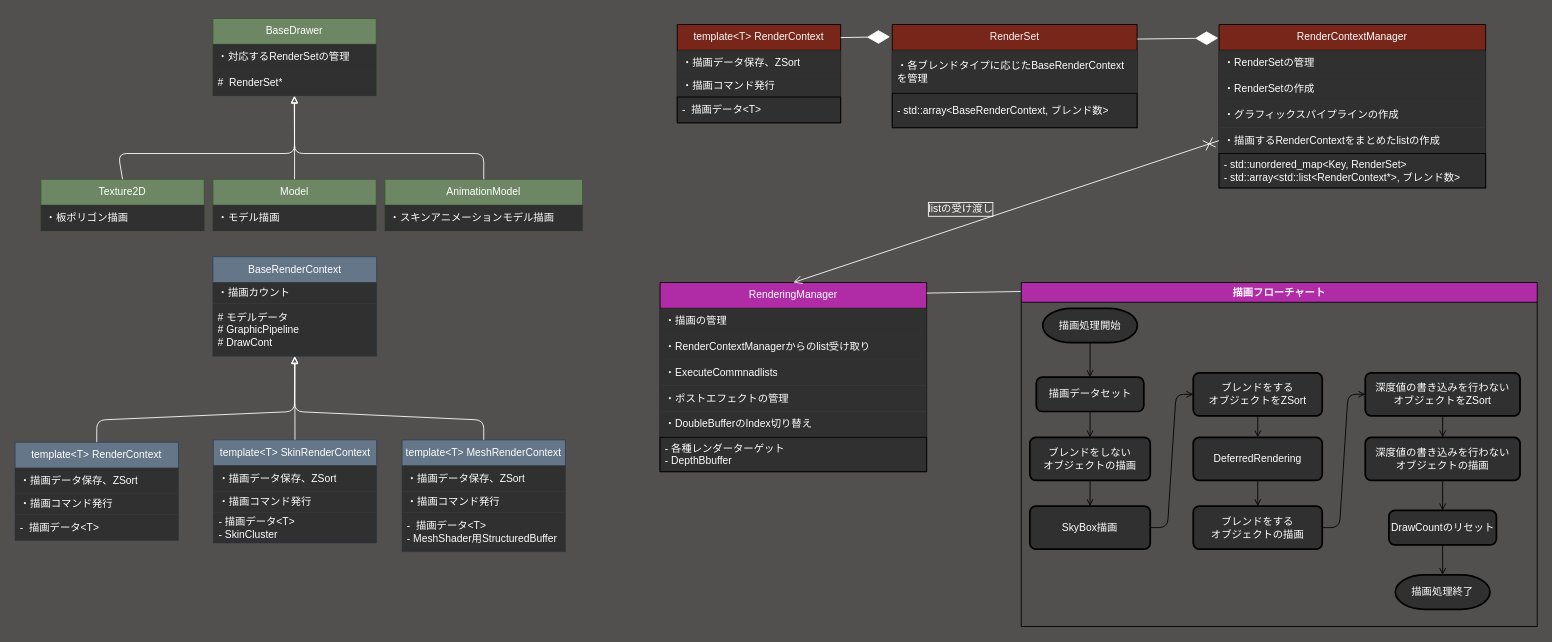
Earlier version of the draw.io diagram Demo/UML.drawio (KikutaniTakuma/LambEngine). Source tidied: cells renumbered, new cells numbered last; positions are measured from the earlier drawing's top-left corner, leaving out a move shared by most shapes. Both pictures are drawn from the tidied source at 86%, with x=0, y=0 at pixel (15, 18).
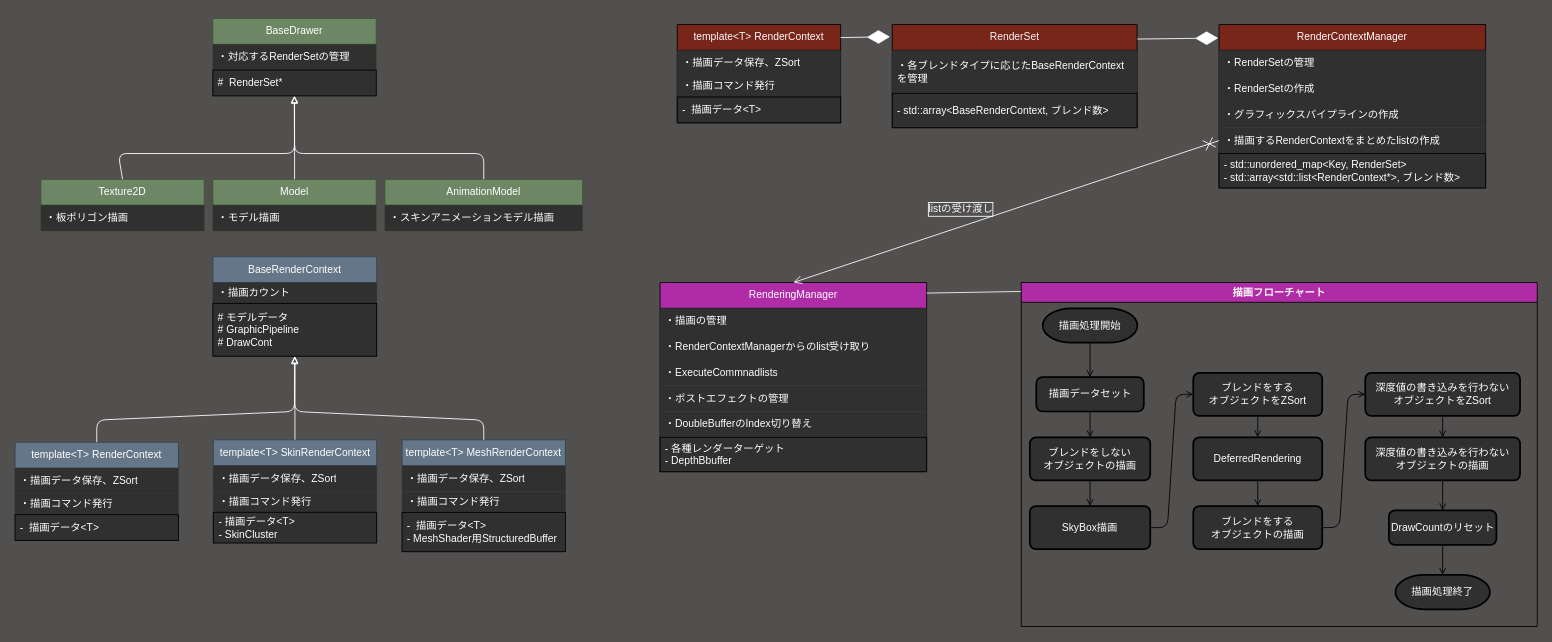
The same page after the edit.

The change refers to these unchanged cells:
```xml
<mxCell id="15" value="BaseRenderContext" style="swimlane;fontStyle=0;horizontal=1;startSize=30;whiteSpace=wrap;html=1;fillColor=#647687;fontColor=#ffffff;strokeColor=#314354;" parent="14" vertex="1">
  <mxGeometry width="190.5" height="115.7" as="geometry" />
</mxCell>
<mxCell id="18" value="template&amp;lt;T&amp;gt; RenderContext" style="swimlane;fontStyle=0;horizontal=1;startSize=30;whiteSpace=wrap;html=1;fillColor=#647687;fontColor=#ffffff;strokeColor=#314354;" parent="1" vertex="1">
  <mxGeometry y="492.7" width="190" height="114.3" as="geometry" />
</mxCell>
<mxCell id="22" value="template&amp;lt;T&amp;gt; SkinRenderContext" style="swimlane;fontStyle=0;horizontal=1;startSize=30;whiteSpace=wrap;html=1;fillColor=#647687;fontColor=#ffffff;strokeColor=#314354;" parent="1" vertex="1">
  <mxGeometry x="230.5" y="489.9" width="190" height="120" as="geometry" />
</mxCell>
<mxCell id="26" value="template&amp;lt;T&amp;gt; MeshRenderContext" style="swimlane;fontStyle=0;horizontal=1;startSize=30;whiteSpace=wrap;html=1;fillColor=#647687;fontColor=#ffffff;strokeColor=#314354;" parent="1" vertex="1">
  <mxGeometry x="450" y="490" width="190" height="130" as="geometry" />
</mxCell>
<mxCell id="31" value="BaseDrawer" style="swimlane;fontStyle=0;horizontal=1;startSize=30;whiteSpace=wrap;html=1;fillColor=#6d8764;fontColor=#ffffff;strokeColor=#3A5431;" parent="30" vertex="1">
  <mxGeometry width="190" height="90" as="geometry" />
</mxCell>
```

Diff of the diagram source:
```diff
@@
-    <mxCell id="17" value="# モデルデータ&lt;br&gt;# GraphicPipeline&lt;br&gt;# DrawCont" style="text;align=left;verticalAlign=middle;spacingLeft=4;spacingRight=4;overflow=hidden;points=[[0,0.5],[1,0.5]];portConstraint=eastwest;whiteSpace=wrap;html=1;fillColor=#303030;fontColor=#FFFFFF;" parent="15" vertex="1">
+    <mxCell id="17" value="# モデルデータ&lt;br&gt;# GraphicPipeline&lt;br&gt;# DrawCont" style="text;align=left;verticalAlign=middle;spacingLeft=4;spacingRight=4;overflow=hidden;points=[[0,0.5],[1,0.5]];portConstraint=eastwest;whiteSpace=wrap;html=1;fillColor=#303030;fontColor=#FFFFFF;strokeColor=default;" parent="15" vertex="1">
       <mxGeometry y="54.3" width="190.5" height="61.4" as="geometry" />
     </mxCell>
@@
-    <mxCell id="21" value="-&amp;nbsp; 描画データ&amp;lt;T&amp;gt;" style="text;align=left;verticalAlign=middle;spacingLeft=4;spacingRight=4;overflow=hidden;whiteSpace=wrap;html=1;fillColor=#303030;fontColor=#FFFFFF;" parent="18" vertex="1">
+    <mxCell id="21" value="-&amp;nbsp; 描画データ&amp;lt;T&amp;gt;" style="text;align=left;verticalAlign=middle;spacingLeft=4;spacingRight=4;overflow=hidden;whiteSpace=wrap;html=1;fillColor=#303030;fontColor=#FFFFFF;strokeColor=default;" parent="18" vertex="1">
       <mxGeometry y="84.3" width="190" height="30" as="geometry" />
     </mxCell>
@@
-    <mxCell id="25" value="- 描画データ&amp;lt;T&amp;gt;&lt;br&gt;-&amp;nbsp;SkinCluster" style="text;align=left;verticalAlign=middle;spacingLeft=4;spacingRight=4;overflow=hidden;whiteSpace=wrap;html=1;fillColor=#303030;fontColor=#FFFFFF;" parent="22" vertex="1">
+    <mxCell id="25" value="- 描画データ&amp;lt;T&amp;gt;&lt;br&gt;-&amp;nbsp;SkinCluster" style="text;align=left;verticalAlign=middle;spacingLeft=4;spacingRight=4;overflow=hidden;whiteSpace=wrap;html=1;fillColor=#303030;fontColor=#FFFFFF;strokeColor=default;" parent="22" vertex="1">
       <mxGeometry y="84.3" width="190" height="35.7" as="geometry" />
     </mxCell>
@@
-    <mxCell id="29" value="-&amp;nbsp; 描画データ&amp;lt;T&amp;gt;&lt;br&gt;- MeshShader用StructuredBuffer" style="text;align=left;verticalAlign=middle;spacingLeft=4;spacingRight=4;overflow=hidden;whiteSpace=wrap;html=1;fillColor=#303030;fontColor=#FFFFFF;" parent="26" vertex="1">
+    <mxCell id="29" value="-&amp;nbsp; 描画データ&amp;lt;T&amp;gt;&lt;br&gt;- MeshShader用StructuredBuffer" style="text;align=left;verticalAlign=middle;spacingLeft=4;spacingRight=4;overflow=hidden;whiteSpace=wrap;html=1;fillColor=#303030;fontColor=#FFFFFF;gradientColor=none;strokeColor=default;" parent="26" vertex="1">
       <mxGeometry y="84.3" width="190" height="45.7" as="geometry" />
     </mxCell>
@@
-    <mxCell id="33" value="#&amp;nbsp; RenderSet*" style="text;align=left;verticalAlign=middle;spacingLeft=4;spacingRight=4;overflow=hidden;points=[[0,0.5],[1,0.5]];portConstraint=eastwest;whiteSpace=wrap;html=1;fillColor=#303030;fontColor=#FFFFFF;" parent="31" vertex="1">
+    <mxCell id="33" value="#&amp;nbsp; RenderSet*" style="text;align=left;verticalAlign=middle;spacingLeft=4;spacingRight=4;overflow=hidden;points=[[0,0.5],[1,0.5]];portConstraint=eastwest;whiteSpace=wrap;html=1;fillColor=#303030;fontColor=#FFFFFF;strokeColor=default;" parent="31" vertex="1">
       <mxGeometry y="60" width="190" height="30" as="geometry" />
     </mxCell>
```
